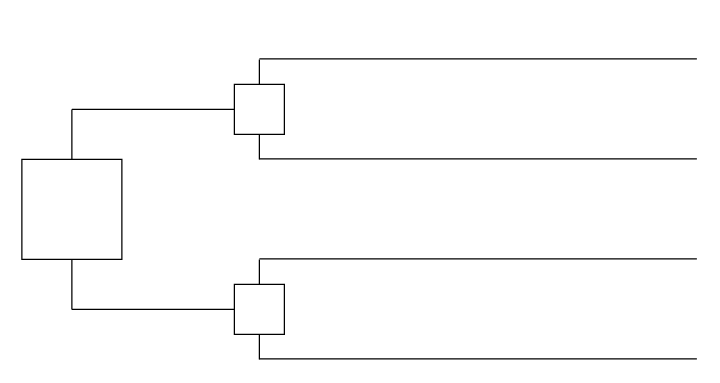
The draw.io diagram Lab3 Zad1.drawio in dibovdmitry/Project, before the edit. Source tidied: cells renumbered, new cells numbered last; positions are measured from the earlier drawing's top-left corner, leaving out a move shared by most shapes. Both pictures are drawn from the tidied source at 125%, with x=0, y=0 at pixel (21, 59).
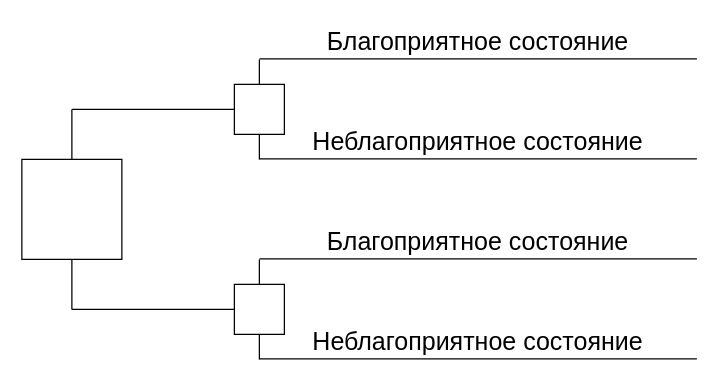
The same diagram, later.

What changed in the source:
```diff
@@
+    <mxCell id="17" value="&lt;span style=&quot;font-size: 20px;&quot;&gt;Благоприятное состояние&lt;/span&gt;" style="text;html=1;strokeColor=none;fillColor=none;align=center;verticalAlign=middle;whiteSpace=wrap;rounded=0;" parent="1" vertex="1">
+      <mxGeometry x="220" y="-30" width="290" height="30" as="geometry" />
+    </mxCell>
+    <mxCell id="18" value="&lt;span style=&quot;font-size: 20px;&quot;&gt;Благоприятное состояние&lt;/span&gt;" style="text;html=1;strokeColor=none;fillColor=none;align=center;verticalAlign=middle;whiteSpace=wrap;rounded=0;" parent="1" vertex="1">
+      <mxGeometry x="220" y="130" width="290" height="30" as="geometry" />
+    </mxCell>
+    <mxCell id="19" value="&lt;span style=&quot;font-size: 20px;&quot;&gt;Неблагоприятное состояние&lt;/span&gt;" style="text;html=1;strokeColor=none;fillColor=none;align=center;verticalAlign=middle;whiteSpace=wrap;rounded=0;" parent="1" vertex="1">
+      <mxGeometry x="220" y="50" width="290" height="30" as="geometry" />
+    </mxCell>
+    <mxCell id="20" value="&lt;span style=&quot;font-size: 20px;&quot;&gt;Неблагоприятное состояние&lt;/span&gt;" style="text;html=1;strokeColor=none;fillColor=none;align=center;verticalAlign=middle;whiteSpace=wrap;rounded=0;" parent="1" vertex="1">
+      <mxGeometry x="220" y="210" width="290" height="30" as="geometry" />
+    </mxCell>
```
